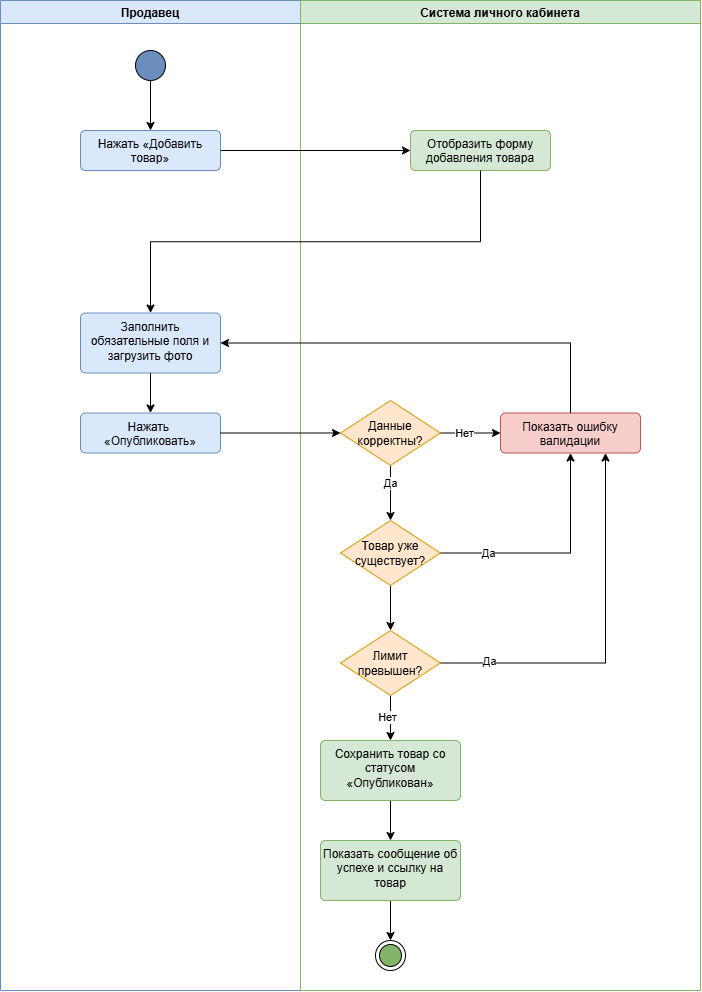
4vertak/bookstore-registration-analysis keeps this draw.io diagram as 02_UserStory_UseCases/Диаграмма_процесса_публикации.png. Above is the earlier version. Source tidied: cells renumbered, new cells last; positions are measured from the earlier drawing's top-left corner, leaving out a move shared by most shapes.
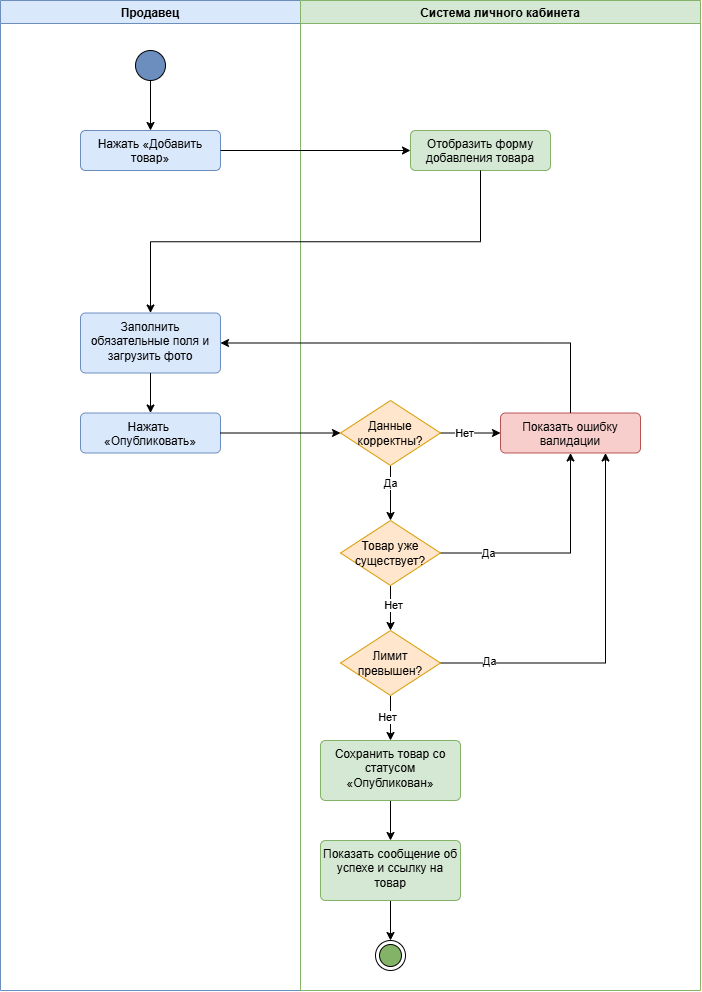
After the change.

Commit message:
feat: fix the publishing process diagram

Change to the diagram source:
```diff
@@ -73,6 +73,11 @@
     <mxCell id="24" style="edgeStyle=orthogonalEdgeStyle;rounded=0;jettySize=auto;html=1;exitX=0.5;exitY=1;exitDx=0;exitDy=0;entryX=0.5;entryY=0;entryDx=0;entryDy=0;" parent="9" edge="1" source="25" target="30">
       <mxGeometry relative="1" as="geometry" />
     </mxCell>
+    <mxCell id="35" value="Нет" style="edgeLabel;html=1;align=center;verticalAlign=middle;" parent="24" vertex="1">
+      <mxGeometry x="-0.13" y="2" relative="1" as="geometry">
+        <mxPoint y="-1" as="offset" />
+      </mxGeometry>
+    </mxCell>
     <mxCell id="25" value="Товар уже существует?" style="shape=rhombus;html=1;dashed=0;whiteSpace=wrap;perimeter=rhombusPerimeter;fillColor=#FFE6CC;strokeColor=#D79B00;" parent="9" vertex="1">
       <mxGeometry x="40" y="520" width="100" height="65" as="geometry" />
     </mxCell>
```
